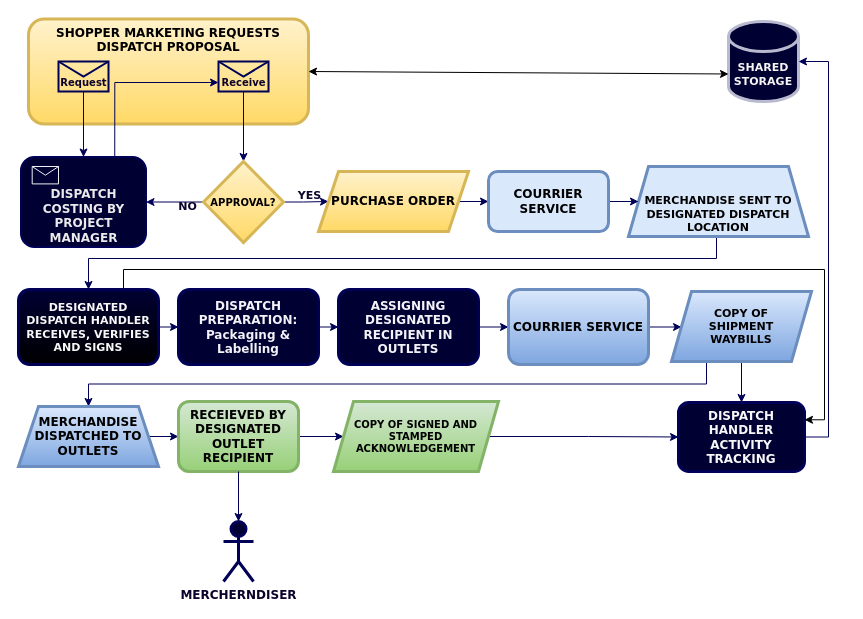
henry-design/Map keeps this draw.io diagram as Untitled Diagram.drawio. Above is the earlier version. Source tidied: cells renumbered, new cells numbered last; positions are measured from the earlier drawing's top-left corner, leaving out a move shared by most shapes. Both pictures are drawn from the tidied source at 100%, with x=0, y=0 at pixel (18, 18).
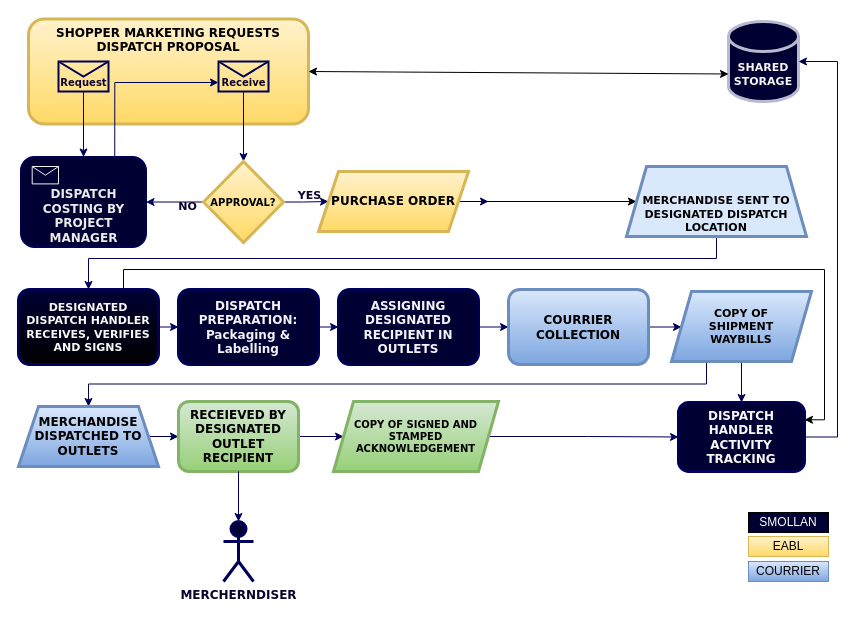
The same page after the edit.

Unchanged cells that the change refers to:
```xml
<mxCell id="13" value="PURCHASE ORDER" style="shape=parallelogram;perimeter=parallelogramPerimeter;whiteSpace=wrap;html=1;fixedSize=1;fillColor=#fff2cc;strokeColor=#d6b656;labelBackgroundColor=none;fontFamily=Verdana;fontStyle=1;strokeWidth=3;gradientColor=#ffd966;" parent="1" vertex="1">
  <mxGeometry x="300" y="153" width="150" height="60" as="geometry" />
</mxCell>
<mxCell id="31" value="SHARED STORAGE" style="shape=cylinder3;whiteSpace=wrap;html=1;boundedLbl=1;backgroundOutline=1;size=15;fillColor=#000033;strokeColor=#b9b9cf;labelBackgroundColor=none;fontColor=#F5F3F3;fontFamily=Verdana;fontStyle=1;fontSize=11;strokeWidth=3;" parent="1" vertex="1">
  <mxGeometry x="710" y="3" width="70" height="80" as="geometry" />
</mxCell>
<mxCell id="38" value="DISPATCH HANDLER ACTIVITY TRACKING" style="rounded=1;whiteSpace=wrap;html=1;fillColor=#000033;strokeColor=#000057;labelBackgroundColor=none;fontColor=#f7f7f8;fontFamily=Verdana;fontStyle=1;strokeWidth=3;" parent="1" vertex="1">
  <mxGeometry x="660" y="384" width="126" height="69" as="geometry" />
</mxCell>
```

Change to the diagram source:
```diff
@@
-    <mxCell id="12" style="edgeStyle=orthogonalEdgeStyle;rounded=0;jettySize=auto;html=1;exitX=1;exitY=0.5;exitDx=0;exitDy=0;entryX=0;entryY=0.5;entryDx=0;entryDy=0;strokeColor=#000057;labelBackgroundColor=none;fontColor=#0c032b;fontFamily=Verdana;fontStyle=1;" parent="1" edge="1" source="13" target="17">
-      <mxGeometry relative="1" as="geometry" />
+    <mxCell id="12" style="edgeStyle=orthogonalEdgeStyle;rounded=0;jettySize=auto;html=1;exitX=1;exitY=0.5;exitDx=0;exitDy=0;entryX=0;entryY=0.5;entryDx=0;entryDy=0;strokeColor=#000057;labelBackgroundColor=none;fontColor=#0c032b;fontFamily=Verdana;fontStyle=1;" parent="1" edge="1" source="13">
+      <mxGeometry relative="1" as="geometry">
+        <mxPoint x="470" y="183" as="targetPoint" />
+      </mxGeometry>
     </mxCell>
+    <mxCell id="46" style="edgeStyle=orthogonalEdgeStyle;rounded=0;jettySize=auto;html=1;entryX=0;entryY=0.5;entryDx=0;entryDy=0;" parent="1" edge="1" source="13" target="15">
+      <mxGeometry relative="1" as="geometry" />
+    </mxCell>
@@
     <mxCell id="15" value="MERCHANDISE SENT TO DESIGNATED DISPATCH LOCATION" style="shape=trapezoid;perimeter=trapezoidPerimeter;whiteSpace=wrap;html=1;fixedSize=1;verticalAlign=bottom;fillColor=#dae8fc;strokeColor=#6c8ebf;labelBackgroundColor=none;fontFamily=Verdana;fontStyle=1;fontSize=11;strokeWidth=3;" parent="1" vertex="1">
-      <mxGeometry x="610" y="148" width="180" height="70" as="geometry" />
+      <mxGeometry x="608" y="148" width="180" height="70" as="geometry" />
     </mxCell>
-    <mxCell id="16" style="edgeStyle=orthogonalEdgeStyle;rounded=0;jettySize=auto;html=1;exitX=1;exitY=0.5;exitDx=0;exitDy=0;entryX=0;entryY=0.5;entryDx=0;entryDy=0;strokeColor=#000057;labelBackgroundColor=none;fontColor=#0c032b;fontFamily=Verdana;fontStyle=1;" parent="1" edge="1" source="17" target="15">
-      <mxGeometry relative="1" as="geometry" />
-    </mxCell>
-    <mxCell id="17" value="COURRIER SERVICE" style="rounded=1;whiteSpace=wrap;html=1;fillColor=#dae8fc;strokeColor=#6c8ebf;labelBackgroundColor=none;fontFamily=Verdana;fontStyle=1;strokeWidth=3;" parent="1" vertex="1">
-      <mxGeometry x="470" y="153" width="120" height="60" as="geometry" />
-    </mxCell>
@@
-    <mxCell id="27" value="COURRIER SERVICE" style="rounded=1;whiteSpace=wrap;html=1;fillColor=#dae8fc;strokeColor=#6c8ebf;labelBackgroundColor=none;fontFamily=Verdana;fontStyle=1;strokeWidth=3;gradientColor=#7ea6e0;" parent="1" vertex="1">
+    <mxCell id="27" value="COURRIER COLLECTION" style="rounded=1;whiteSpace=wrap;html=1;fillColor=#dae8fc;strokeColor=#6c8ebf;labelBackgroundColor=none;fontFamily=Verdana;fontStyle=1;strokeWidth=3;gradientColor=#7ea6e0;" parent="1" vertex="1">
       <mxGeometry x="490" y="271" width="140" height="75" as="geometry" />
     </mxCell>
@@
     <mxCell id="39" style="edgeStyle=orthogonalEdgeStyle;rounded=0;jettySize=auto;html=1;exitX=1;exitY=0.5;exitDx=0;exitDy=0;entryX=1;entryY=0.5;entryDx=0;entryDy=0;entryPerimeter=0;strokeColor=#000057;labelBackgroundColor=none;fontColor=#0c032b;fontFamily=Verdana;fontStyle=1;" parent="1" edge="1" source="38" target="31">
       <mxGeometry relative="1" as="geometry">
         <Array as="points">
-          <mxPoint x="810" y="419" />
-          <mxPoint x="810" y="43" />
+          <mxPoint x="819" y="419" />
+          <mxPoint x="819" y="43" />
         </Array>
       </mxGeometry>
     </mxCell>
@@
+    <mxCell id="47" style="group;" parent="1" vertex="1">
+      <mxGeometry x="730" y="494" width="80" height="69" as="geometry" />
+    </mxCell>
+    <mxCell id="48" value="COURRIER" style="rounded=0;whiteSpace=wrap;html=1;fillColor=#dae8fc;gradientColor=#7ea6e0;strokeColor=#6c8ebf;" parent="47" vertex="1">
+      <mxGeometry y="49" width="80" height="20" as="geometry" />
+    </mxCell>
+    <mxCell id="49" value="SMOLLAN" style="rounded=0;whiteSpace=wrap;html=1;fillColor=#000033;fontColor=#ffffff;" parent="47" vertex="1">
+      <mxGeometry width="80" height="20" as="geometry" />
+    </mxCell>
+    <mxCell id="50" value="EABL" style="rounded=0;whiteSpace=wrap;html=1;fillColor=#fff2cc;gradientColor=#ffd966;strokeColor=#d6b656;" parent="47" vertex="1">
+      <mxGeometry y="24" width="80" height="20" as="geometry" />
+    </mxCell>
```
